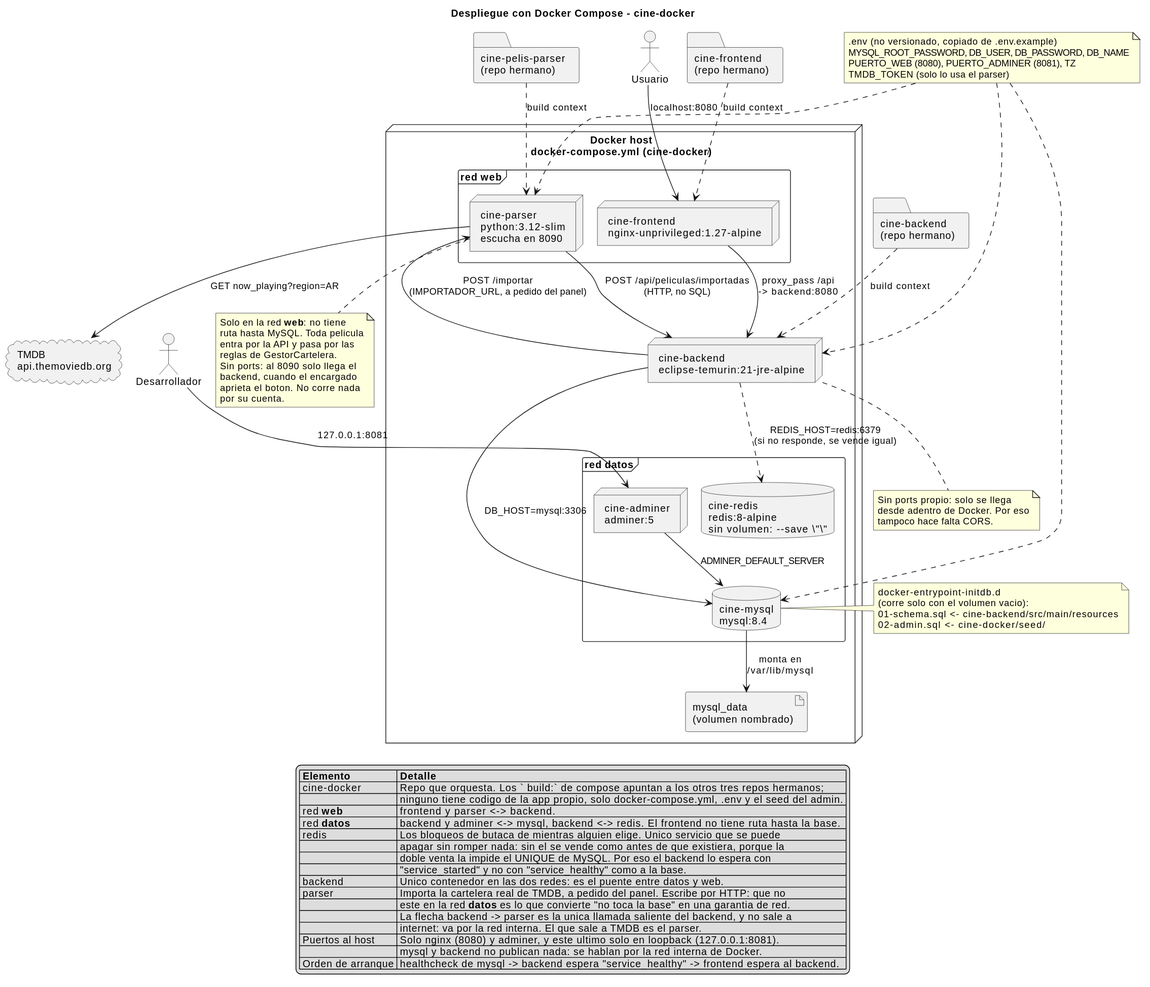
The PlantUML diagram cine-backend/docs/diagramas/docker-despliegue.svg in andreiveisuade/cine-uade, before a commit.
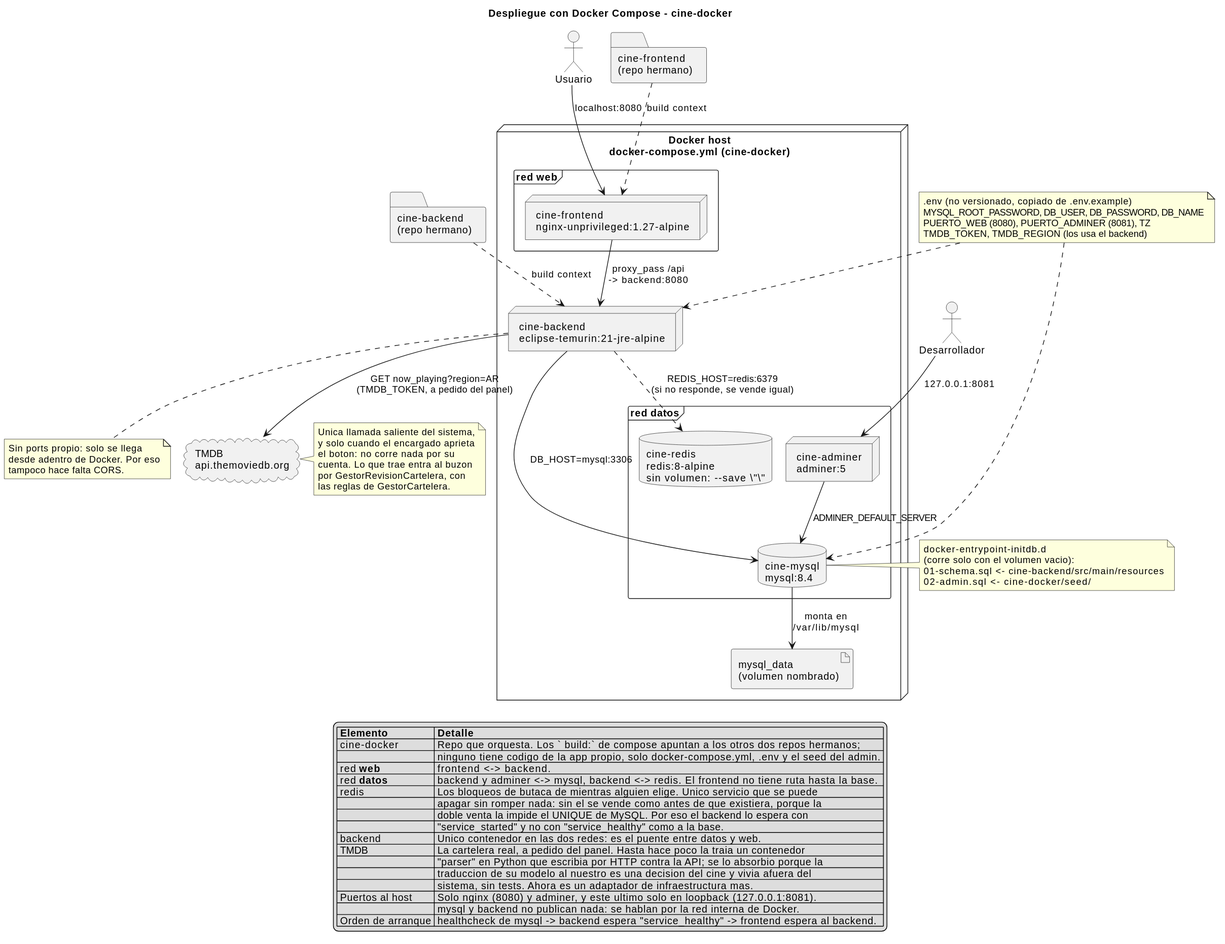
The same file after the commit.

Commit message:
docs(manual): el importador ya no es un proceso aparte

Change to the diagram source:
```diff
@@ -8,12 +8,10 @@
 
 folder "cine-frontend\n(repo hermano)" as repoFrontend
 folder "cine-backend\n(repo hermano)" as repoBackend
-folder "cine-pelis-parser\n(repo hermano)" as repoParser
 
 node "Docker host\ndocker-compose.yml (cine-docker)" {
   frame "red **web**" {
     node "cine-frontend\nnginx-unprivileged:1.27-alpine" as frontend
-    node "cine-parser\npython:3.12-slim\nescucha en 8090" as parser
   }
 
   node "cine-backend\neclipse-temurin:21-jre-alpine" as backend
@@ -32,15 +30,12 @@
 
 repoFrontend .down.> frontend : build context
 repoBackend .down.> backend : build context
-repoParser .down.> parser : build context
 
 usuario --> frontend : "localhost:8080"
 dev --> adminer : "127.0.0.1:8081"
 
 frontend --> backend : proxy_pass /api\n-> backend:8080
-parser --> backend : POST /api/peliculas/importadas\n(HTTP, no SQL)
-backend --> parser : POST /importar\n(IMPORTADOR_URL, a pedido del panel)
-parser --> tmdb : GET now_playing?region=AR
+backend --> tmdb : GET now_playing?region=AR\n(TMDB_TOKEN, a pedido del panel)
 backend --> mysql : DB_HOST=mysql:3306
 backend ..> redis : REDIS_HOST=redis:6379\n(si no responde, se vende igual)
 adminer --> mysql : ADMINER_DEFAULT_SERVER
@@ -59,42 +54,39 @@
   tampoco hace falta CORS.
 end note
 
-note bottom of parser
-  Solo en la red **web**: no tiene
-  ruta hasta MySQL. Toda pelicula
-  entra por la API y pasa por las
-  reglas de GestorCartelera.
-  Sin ports: al 8090 solo llega el
-  backend, cuando el encargado
-  aprieta el boton. No corre nada
-  por su cuenta.
+note right of tmdb
+  Unica llamada saliente del sistema,
+  y solo cuando el encargado aprieta
+  el boton: no corre nada por su
+  cuenta. Lo que trae entra al buzon
+  por GestorRevisionCartelera, con
+  las reglas de GestorCartelera.
 end note
 
 note as envNote
   .env (no versionado, copiado de .env.example)
   MYSQL_ROOT_PASSWORD, DB_USER, DB_PASSWORD, DB_NAME
   PUERTO_WEB (8080), PUERTO_ADMINER (8081), TZ
-  TMDB_TOKEN (solo lo usa el parser)
+  TMDB_TOKEN, TMDB_REGION (los usa el backend)
 end note
 envNote ..> mysql
 envNote ..> backend
-envNote ..> parser
 
 legend bottom
   |= Elemento |= Detalle |
-  | cine-docker | Repo que orquesta. Los ` build:` de compose apuntan a los otros tres repos hermanos; |
+  | cine-docker | Repo que orquesta. Los ` build:` de compose apuntan a los otros dos repos hermanos; |
   |  | ninguno tiene codigo de la app propio, solo docker-compose.yml, .env y el seed del admin. |
-  | red **web** | frontend y parser <-> backend. |
+  | red **web** | frontend <-> backend. |
   | red **datos** | backend y adminer <-> mysql, backend <-> redis. El frontend no tiene ruta hasta la base. |
   | redis | Los bloqueos de butaca de mientras alguien elige. Unico servicio que se puede |
   |  | apagar sin romper nada: sin el se vende como antes de que existiera, porque la |
   |  | doble venta la impide el UNIQUE de MySQL. Por eso el backend lo espera con |
   |  | "service_started" y no con "service_healthy" como a la base. |
   | backend | Unico contenedor en las dos redes: es el puente entre datos y web. |
-  | parser | Importa la cartelera real de TMDB, a pedido del panel. Escribe por HTTP: que no |
-  |  | este en la red **datos** es lo que convierte "no toca la base" en una garantia de red. |
-  |  | La flecha backend -> parser es la unica llamada saliente del backend, y no sale a |
-  |  | internet: va por la red interna. El que sale a TMDB es el parser. |
+  | TMDB | La cartelera real, a pedido del panel. Hasta hace poco la traia un contenedor |
+  |  | "parser" en Python que escribia por HTTP contra la API; se lo absorbio porque la |
+  |  | traduccion de su modelo al nuestro es una decision del cine y vivia afuera del |
+  |  | sistema, sin tests. Ahora es un adaptador de infraestructura mas. |
   | Puertos al host | Solo nginx (8080) y adminer, y este ultimo solo en loopback (127.0.0.1:8081). |
   |  | mysql y backend no publican nada: se hablan por la red interna de Docker. |
   | Orden de arranque | healthcheck de mysql -> backend espera "service_healthy" -> frontend espera al backend. |
```
